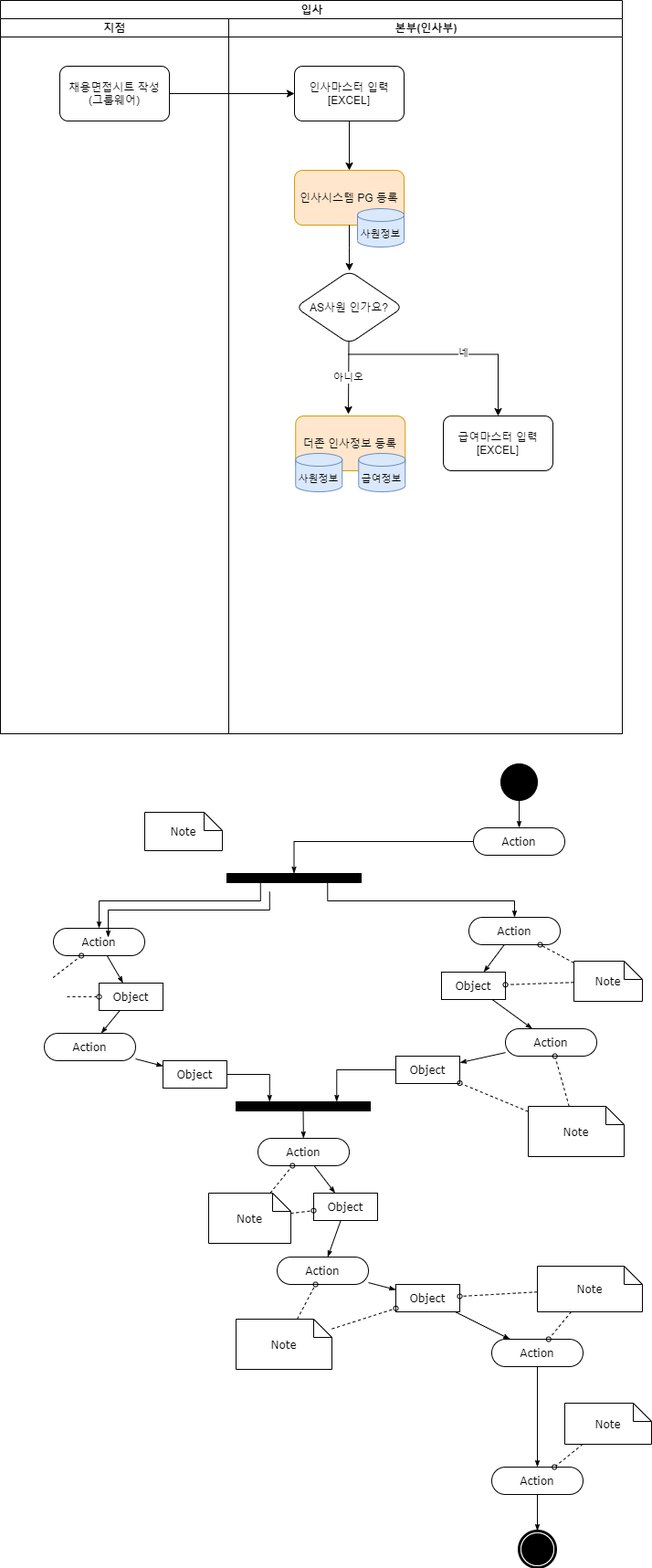
seunggeunjo/Flow-Chart keeps this draw.io diagram as Insa_JoinResignation.drawio.png. Above is the earlier version. Source tidied: cells renumbered, new cells last; positions are measured from the earlier drawing's top-left corner, leaving out a move shared by most shapes.
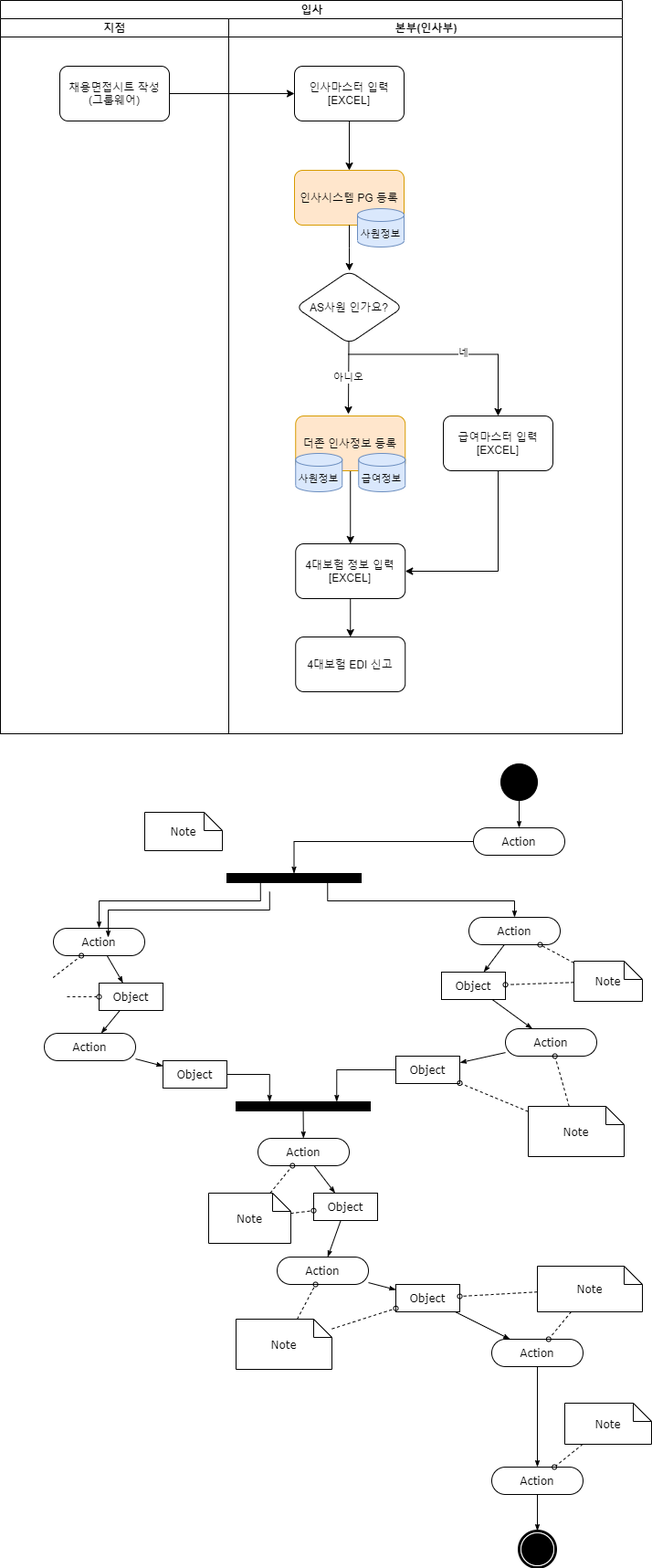
The same file after the commit.

Diff of the diagram source:
```diff
@@ -23,6 +23,9 @@
     <mxCell id="8" style="edgeStyle=orthogonalEdgeStyle;rounded=0;jettySize=auto;html=1;" parent="5" edge="1" source="6" target="7">
       <mxGeometry relative="1" as="geometry" />
     </mxCell>
+    <mxCell id="79" style="edgeStyle=orthogonalEdgeStyle;rounded=0;jettySize=auto;html=1;fontSize=11;" parent="5" edge="1" source="9" target="81">
+      <mxGeometry relative="1" as="geometry" />
+    </mxCell>
     <mxCell id="9" value="더존 인사정보 등록" style="whiteSpace=wrap;html=1;rounded=1;fillColor=#ffe6cc;strokeColor=#d79b00;" parent="5" vertex="1">
       <mxGeometry x="73.2" y="435" width="120" height="60" as="geometry" />
     </mxCell>
@@ -54,6 +57,9 @@
         <mxPoint y="1" as="offset" />
       </mxGeometry>
     </mxCell>
+    <mxCell id="80" style="edgeStyle=orthogonalEdgeStyle;rounded=0;jettySize=auto;html=1;exitX=0.5;exitY=1;exitDx=0;exitDy=0;entryX=1;entryY=0.5;entryDx=0;entryDy=0;fontSize=11;" parent="5" edge="1" source="16" target="81">
+      <mxGeometry relative="1" as="geometry" />
+    </mxCell>
     <mxCell id="16" value="급여마스터 입력&lt;br&gt;[EXCEL]" style="whiteSpace=wrap;html=1;rounded=1;" parent="5" vertex="1">
       <mxGeometry x="235" y="435" width="120" height="60" as="geometry" />
     </mxCell>
@@ -63,6 +69,15 @@
     <mxCell id="18" value="&lt;div&gt;&lt;br&gt;&lt;/div&gt;&lt;div&gt;급여정보&lt;/div&gt;" style="strokeWidth=1;html=1;shape=mxgraph.flowchart.database;whiteSpace=wrap;fontSize=11;fillColor=#dae8fc;strokeColor=#6c8ebf;align=center;" parent="5" vertex="1">
       <mxGeometry x="142.2" y="476" width="51" height="42" as="geometry" />
     </mxCell>
+    <mxCell id="81" value="4대보험 정보 입력&lt;br&gt;[EXCEL]" style="rounded=1;whiteSpace=wrap;html=1;" parent="5" vertex="1">
+      <mxGeometry x="73.2" y="575" width="120" height="60" as="geometry" />
+    </mxCell>
+    <mxCell id="82" value="4대보험 EDI 신고" style="rounded=1;whiteSpace=wrap;html=1;" parent="5" vertex="1">
+      <mxGeometry x="73.2" y="677" width="120" height="60" as="geometry" />
+    </mxCell>
+    <mxCell id="83" style="edgeStyle=orthogonalEdgeStyle;rounded=0;jettySize=auto;html=1;fontSize=11;" parent="5" edge="1" source="81" target="82">
+      <mxGeometry relative="1" as="geometry" />
+    </mxCell>
     <mxCell id="19" style="edgeStyle=orthogonalEdgeStyle;rounded=0;jettySize=auto;html=1;" parent="2" edge="1" source="4" target="6">
       <mxGeometry relative="1" as="geometry" />
     </mxCell>
```
